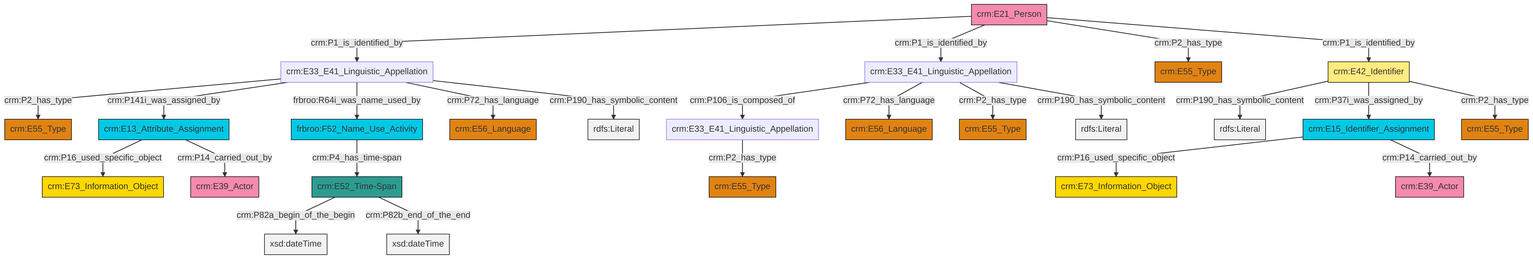
Above: et/personCSV/ttl/mmd/png/Person_Names_and_Classification.png in swiss-art-research-net/reference-data-models (Mermaid), before the change. Its source is kept beside it as et/personCSV/ttl/mmd/Person_Names_and_Classification.ttl.mmd.
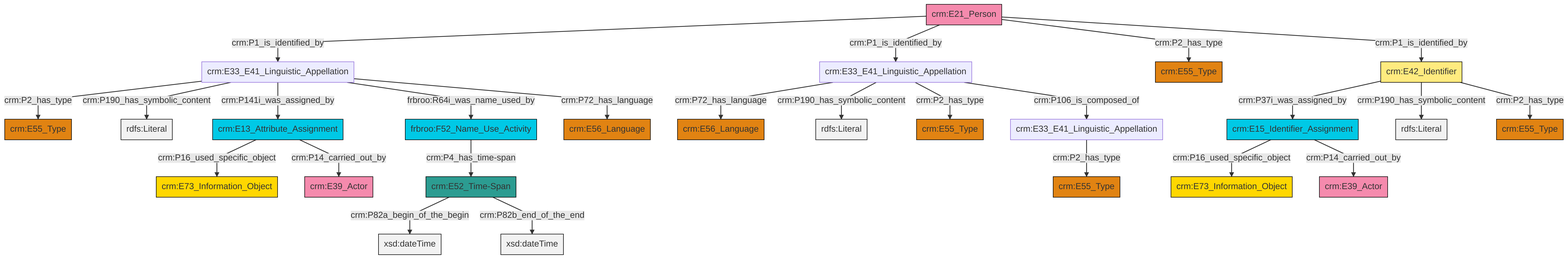
The same diagram one commit later.

The edit, as a diff of the source:
```diff
@@ -13,27 +13,27 @@
 classDef PC_Classes fill:#4ce600, stroke:#000000;
 classDef Multi fill:#cccccc,stroke:#000000;
 
-2["crm:E52_Time-Span"]:::Time-Span -->|crm:P82a_begin_of_the_begin| 3[xsd:dateTime]:::Literal
-4["crm:E33_E41_Linguistic_Appellation"]:::Default -->|crm:P2_has_type| 0["crm:E55_Type"]:::Type
-5["crm:E33_E41_Linguistic_Appellation"]:::Default -->|crm:P106_is_composed_of| 6["crm:E33_E41_Linguistic_Appellation"]:::Default
-7["crm:E15_Identifier_Assignment"]:::Temporal_Entity -->|crm:P16_used_specific_object| 8["crm:E73_Information_Object"]:::Conceptual_Object
-11["crm:E13_Attribute_Assignment"]:::Temporal_Entity -->|crm:P16_used_specific_object| 12["crm:E73_Information_Object"]:::Conceptual_Object
-14["crm:E21_Person"]:::Actor -->|crm:P1_is_identified_by| 4["crm:E33_E41_Linguistic_Appellation"]:::Default
-14["crm:E21_Person"]:::Actor -->|crm:P1_is_identified_by| 5["crm:E33_E41_Linguistic_Appellation"]:::Default
-15["crm:E42_Identifier"]:::Appellation -->|crm:P190_has_symbolic_content| 16[rdfs:Literal]:::Literal
-15["crm:E42_Identifier"]:::Appellation -->|crm:P37i_was_assigned_by| 7["crm:E15_Identifier_Assignment"]:::Temporal_Entity
-14["crm:E21_Person"]:::Actor -->|crm:P2_has_type| 19["crm:E55_Type"]:::Type
-5["crm:E33_E41_Linguistic_Appellation"]:::Default -->|crm:P72_has_language| 17["crm:E56_Language"]:::Type
-14["crm:E21_Person"]:::Actor -->|crm:P1_is_identified_by| 15["crm:E42_Identifier"]:::Appellation
-5["crm:E33_E41_Linguistic_Appellation"]:::Default -->|crm:P2_has_type| 28["crm:E55_Type"]:::Type
-11["crm:E13_Attribute_Assignment"]:::Temporal_Entity -->|crm:P14_carried_out_by| 35["crm:E39_Actor"]:::Actor
-4["crm:E33_E41_Linguistic_Appellation"]:::Default -->|crm:P141i_was_assigned_by| 11["crm:E13_Attribute_Assignment"]:::Temporal_Entity
-6["crm:E33_E41_Linguistic_Appellation"]:::Default -->|crm:P2_has_type| 37["crm:E55_Type"]:::Type
-38["frbroo:F52_Name_Use_Activity"]:::Temporal_Entity -->|crm:P4_has_time-span| 2["crm:E52_Time-Span"]:::Time-Span
-4["crm:E33_E41_Linguistic_Appellation"]:::Default -->|frbroo:R64i_was_name_used_by| 38["frbroo:F52_Name_Use_Activity"]:::Temporal_Entity
-4["crm:E33_E41_Linguistic_Appellation"]:::Default -->|crm:P72_has_language| 9["crm:E56_Language"]:::Type
-4["crm:E33_E41_Linguistic_Appellation"]:::Default -->|crm:P190_has_symbolic_content| 40[rdfs:Literal]:::Literal
-2["crm:E52_Time-Span"]:::Time-Span -->|crm:P82b_end_of_the_end| 41[xsd:dateTime]:::Literal
-7["crm:E15_Identifier_Assignment"]:::Temporal_Entity -->|crm:P14_carried_out_by| 33["crm:E39_Actor"]:::Actor
-15["crm:E42_Identifier"]:::Appellation -->|crm:P2_has_type| 30["crm:E55_Type"]:::Type
-5["crm:E33_E41_Linguistic_Appellation"]:::Default -->|crm:P190_has_symbolic_content| 43[rdfs:Literal]:::Literal
+0["crm:E52_Time-Span"]:::Time-Span -->|crm:P82a_begin_of_the_begin| 1[xsd:dateTime]:::Literal
+2["crm:E33_E41_Linguistic_Appellation"]:::Default -->|crm:P72_has_language| 3["crm:E56_Language"]:::Type
+5["crm:E21_Person"]:::Actor -->|crm:P1_is_identified_by| 6["crm:E33_E41_Linguistic_Appellation"]:::Default
+2["crm:E33_E41_Linguistic_Appellation"]:::Default -->|crm:P190_has_symbolic_content| 9[rdfs:Literal]:::Literal
+6["crm:E33_E41_Linguistic_Appellation"]:::Default -->|crm:P2_has_type| 14["crm:E55_Type"]:::Type
+15["crm:E33_E41_Linguistic_Appellation"]:::Default -->|crm:P2_has_type| 16["crm:E55_Type"]:::Type
+0["crm:E52_Time-Span"]:::Time-Span -->|crm:P82b_end_of_the_end| 17[xsd:dateTime]:::Literal
+2["crm:E33_E41_Linguistic_Appellation"]:::Default -->|crm:P2_has_type| 20["crm:E55_Type"]:::Type
+22["crm:E42_Identifier"]:::Appellation -->|crm:P37i_was_assigned_by| 23["crm:E15_Identifier_Assignment"]:::Temporal_Entity
+6["crm:E33_E41_Linguistic_Appellation"]:::Default -->|crm:P190_has_symbolic_content| 30[rdfs:Literal]:::Literal
+23["crm:E15_Identifier_Assignment"]:::Temporal_Entity -->|crm:P16_used_specific_object| 12["crm:E73_Information_Object"]:::Conceptual_Object
+5["crm:E21_Person"]:::Actor -->|crm:P1_is_identified_by| 2["crm:E33_E41_Linguistic_Appellation"]:::Default
+2["crm:E33_E41_Linguistic_Appellation"]:::Default -->|crm:P106_is_composed_of| 15["crm:E33_E41_Linguistic_Appellation"]:::Default
+5["crm:E21_Person"]:::Actor -->|crm:P2_has_type| 10["crm:E55_Type"]:::Type
+23["crm:E15_Identifier_Assignment"]:::Temporal_Entity -->|crm:P14_carried_out_by| 34["crm:E39_Actor"]:::Actor
+36["frbroo:F52_Name_Use_Activity"]:::Temporal_Entity -->|crm:P4_has_time-span| 0["crm:E52_Time-Span"]:::Time-Span
+18["crm:E13_Attribute_Assignment"]:::Temporal_Entity -->|crm:P16_used_specific_object| 39["crm:E73_Information_Object"]:::Conceptual_Object
+6["crm:E33_E41_Linguistic_Appellation"]:::Default -->|crm:P141i_was_assigned_by| 18["crm:E13_Attribute_Assignment"]:::Temporal_Entity
+6["crm:E33_E41_Linguistic_Appellation"]:::Default -->|frbroo:R64i_was_name_used_by| 36["frbroo:F52_Name_Use_Activity"]:::Temporal_Entity
+22["crm:E42_Identifier"]:::Appellation -->|crm:P190_has_symbolic_content| 44[rdfs:Literal]:::Literal
+22["crm:E42_Identifier"]:::Appellation -->|crm:P2_has_type| 27["crm:E55_Type"]:::Type
+5["crm:E21_Person"]:::Actor -->|crm:P1_is_identified_by| 22["crm:E42_Identifier"]:::Appellation
+18["crm:E13_Attribute_Assignment"]:::Temporal_Entity -->|crm:P14_carried_out_by| 45["crm:E39_Actor"]:::Actor
+6["crm:E33_E41_Linguistic_Appellation"]:::Default -->|crm:P72_has_language| 7["crm:E56_Language"]:::Type
```
